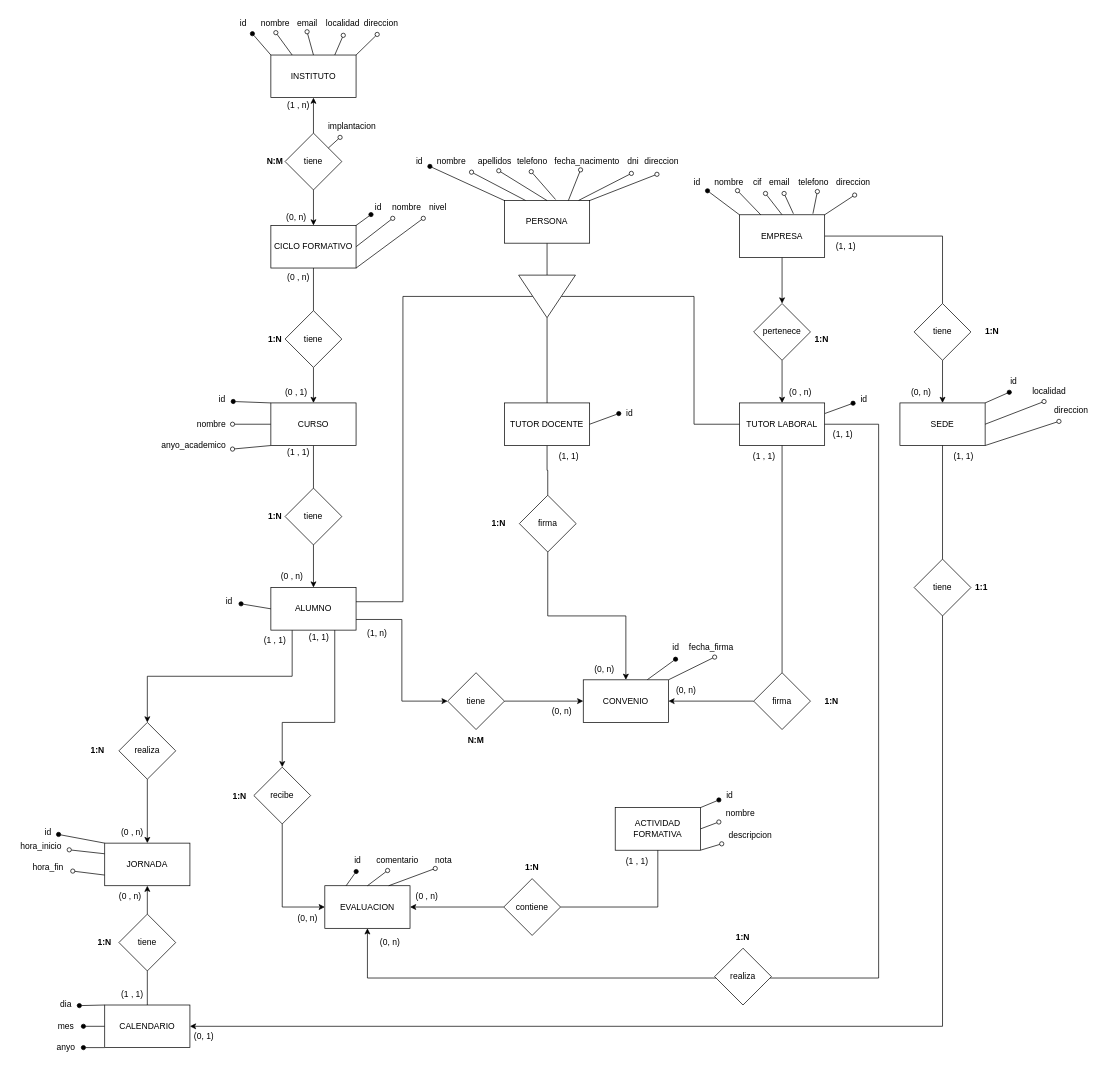
Earlier version of the draw.io diagram page "Página-1" (1 of 2) of FP_DUAL_E-R.drawio (jjimho439/ProyectoBBDD). Source tidied: cells renumbered, new cells numbered last; positions are measured from the earlier drawing's top-left corner, leaving out a move shared by most shapes. Both pictures are drawn from the tidied source at 71%, with x=0, y=0 at pixel (12, 12).
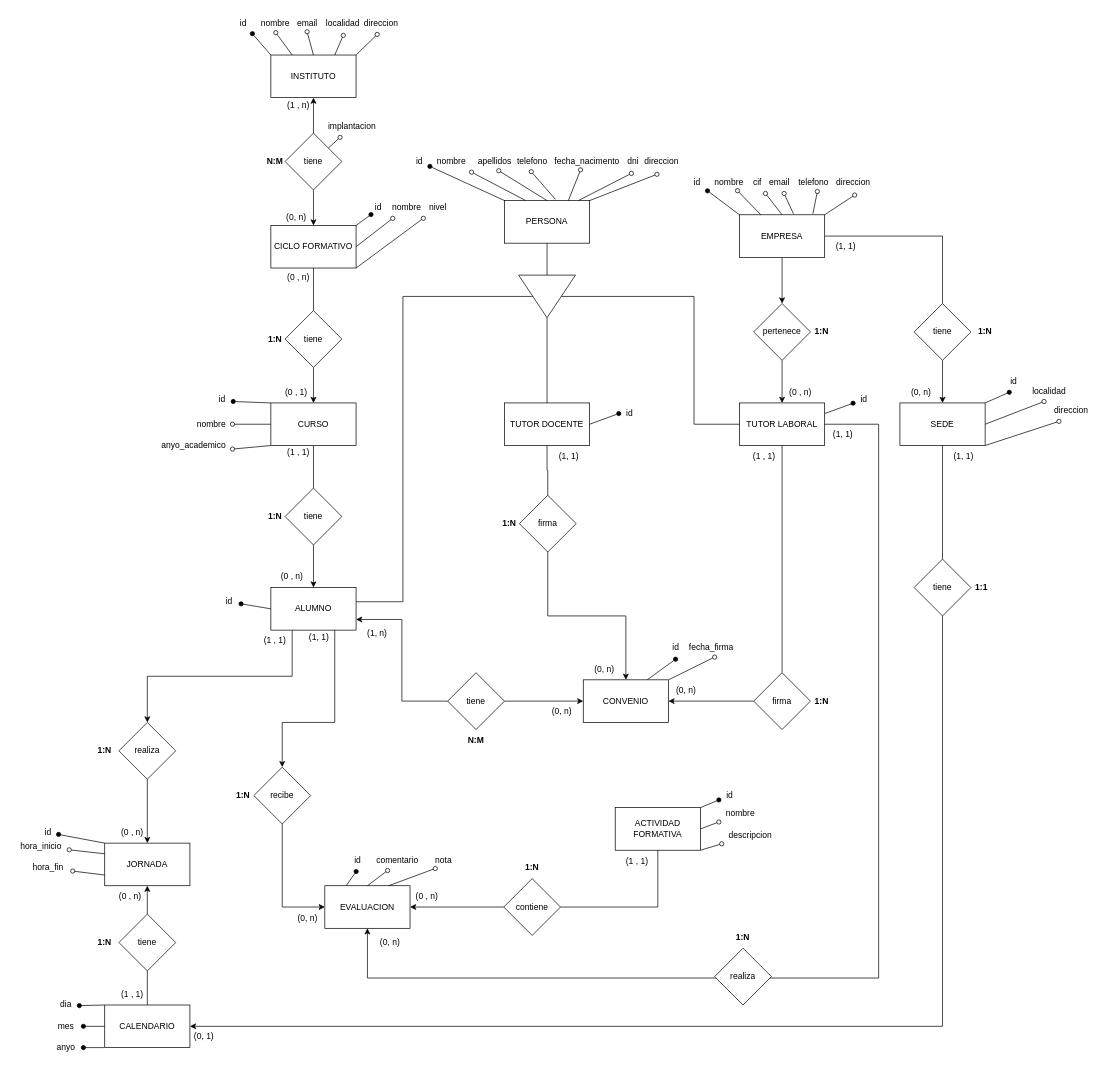
The same page after the edit.

Unchanged cells that the change refers to:
```xml
<mxCell id="22" value="CONVENIO" style="rounded=0;whiteSpace=wrap;html=1;" parent="1" vertex="1">
  <mxGeometry x="804" y="940" width="120" height="60" as="geometry" />
</mxCell>
<mxCell id="36" value="ALUMNO" style="rounded=0;whiteSpace=wrap;html=1;" parent="1" vertex="1">
  <mxGeometry x="364" y="810" width="120" height="60" as="geometry" />
</mxCell>
<mxCell id="147" value="tiene" style="rhombus;whiteSpace=wrap;html=1;" parent="1" vertex="1">
  <mxGeometry x="613" y="930" width="80" height="80" as="geometry" />
</mxCell>
```

Change to the diagram source:
```diff
@@
-    <mxCell id="34" style="edgeStyle=orthogonalEdgeStyle;rounded=0;jettySize=auto;html=1;exitX=1;exitY=0.75;exitDx=0;exitDy=0;entryX=0;entryY=0.5;entryDx=0;entryDy=0;" parent="1" edge="1" source="36" target="147">
+    <mxCell id="34" style="edgeStyle=orthogonalEdgeStyle;rounded=0;jettySize=auto;html=1;exitX=1;exitY=0.75;exitDx=0;exitDy=0;entryX=0;entryY=0.5;entryDx=0;entryDy=0;startArrow=classic;startFill=1;endArrow=none;endFill=1;" parent="1" edge="1" source="36" target="147">
       <mxGeometry relative="1" as="geometry" />
     </mxCell>
@@
     <mxCell id="121" value="&lt;b&gt;1:N&lt;/b&gt;" style="text;html=1;align=center;verticalAlign=middle;whiteSpace=wrap;rounded=0;" parent="1" vertex="1">
-      <mxGeometry x="1110" y="445" width="60" height="30" as="geometry" />
+      <mxGeometry x="1110" y="435" width="60" height="30" as="geometry" />
     </mxCell>
@@
     <mxCell id="123" value="&lt;b&gt;1:N&lt;/b&gt;" style="text;html=1;align=center;verticalAlign=middle;whiteSpace=wrap;rounded=0;" parent="1" vertex="1">
-      <mxGeometry x="1124" y="955" width="60" height="30" as="geometry" />
+      <mxGeometry x="1110" y="955" width="60" height="30" as="geometry" />
     </mxCell>
@@
     <mxCell id="130" value="&lt;b&gt;1:N&lt;/b&gt;" style="text;html=1;align=center;verticalAlign=middle;whiteSpace=wrap;rounded=0;" parent="1" vertex="1">
-      <mxGeometry x="655" y="705" width="60" height="30" as="geometry" />
+      <mxGeometry x="670" y="705" width="60" height="30" as="geometry" />
     </mxCell>
@@
-    <mxCell id="146" style="edgeStyle=orthogonalEdgeStyle;rounded=0;jettySize=auto;html=1;exitX=1;exitY=0.5;exitDx=0;exitDy=0;entryX=0;entryY=0.5;entryDx=0;entryDy=0;" parent="1" edge="1" source="147" target="22">
+    <mxCell id="146" style="edgeStyle=orthogonalEdgeStyle;rounded=0;jettySize=auto;html=1;exitX=1;exitY=0.5;exitDx=0;exitDy=0;entryX=0;entryY=0.5;entryDx=0;entryDy=0;startArrow=none;startFill=0;endArrow=classic;endFill=1;" parent="1" edge="1" source="147" target="22">
       <mxGeometry relative="1" as="geometry" />
     </mxCell>
@@
     <mxCell id="151" value="&lt;b&gt;1:N&lt;/b&gt;" style="text;html=1;align=center;verticalAlign=middle;whiteSpace=wrap;rounded=0;" parent="1" vertex="1">
-      <mxGeometry x="90" y="1025" width="60" height="30" as="geometry" />
+      <mxGeometry x="100" y="1025" width="60" height="30" as="geometry" />
     </mxCell>
@@
     <mxCell id="176" value="&lt;b&gt;1:N&lt;/b&gt;" style="text;html=1;align=center;verticalAlign=middle;whiteSpace=wrap;rounded=0;" parent="1" vertex="1">
-      <mxGeometry x="1350" y="435" width="60" height="30" as="geometry" />
+      <mxGeometry x="1340" y="435" width="60" height="30" as="geometry" />
     </mxCell>
@@
     <mxCell id="184" value="&lt;b&gt;1:N&lt;/b&gt;" style="text;html=1;align=center;verticalAlign=middle;whiteSpace=wrap;rounded=0;" parent="1" vertex="1">
-      <mxGeometry x="290" y="1090" width="60" height="30" as="geometry" />
+      <mxGeometry x="295" y="1088" width="60" height="30" as="geometry" />
     </mxCell>
```
